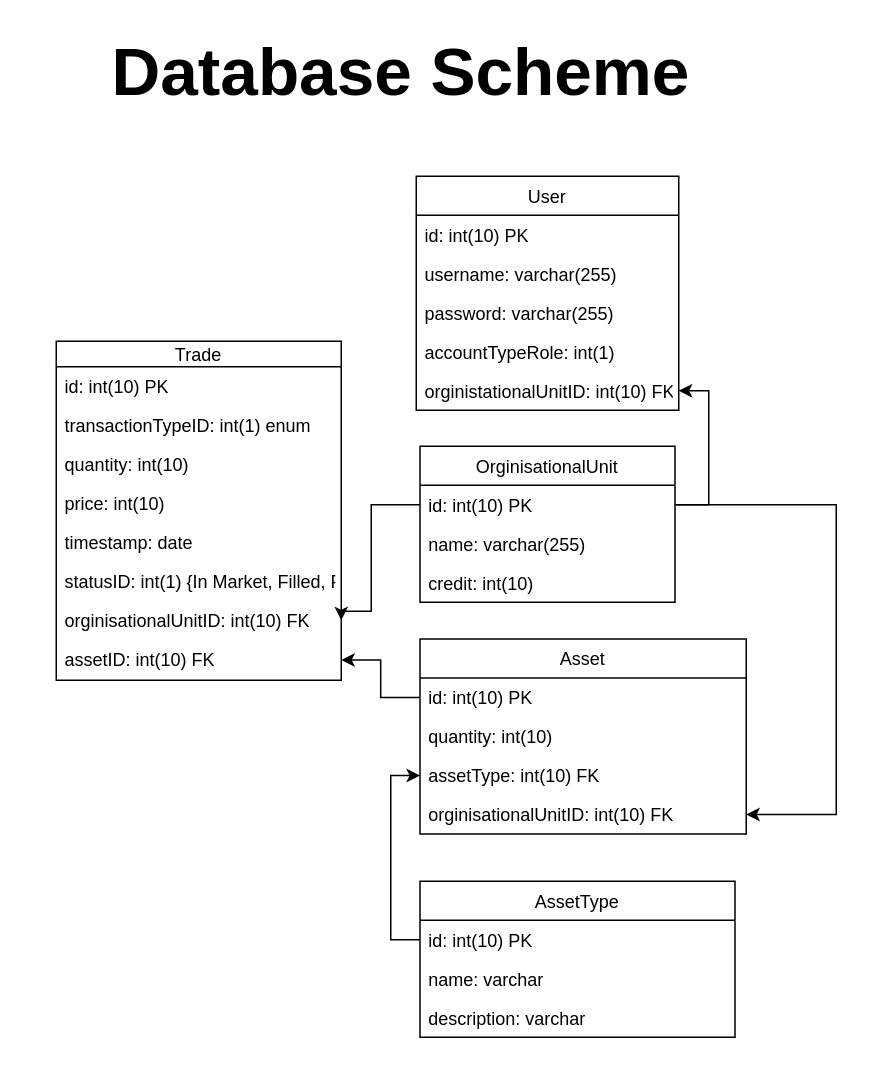
This is Project_Report/Database_Scheme_ORM.drawio from aash35/Assest-Trading-Platform, a draw.io file, before an edit. Source tidied: cells renumbered, new cells numbered last; positions are measured from the earlier drawing's top-left corner, leaving out a move shared by most shapes. Both pictures are drawn from the tidied source at 150%, with x=0, y=0 at pixel (26, 26).
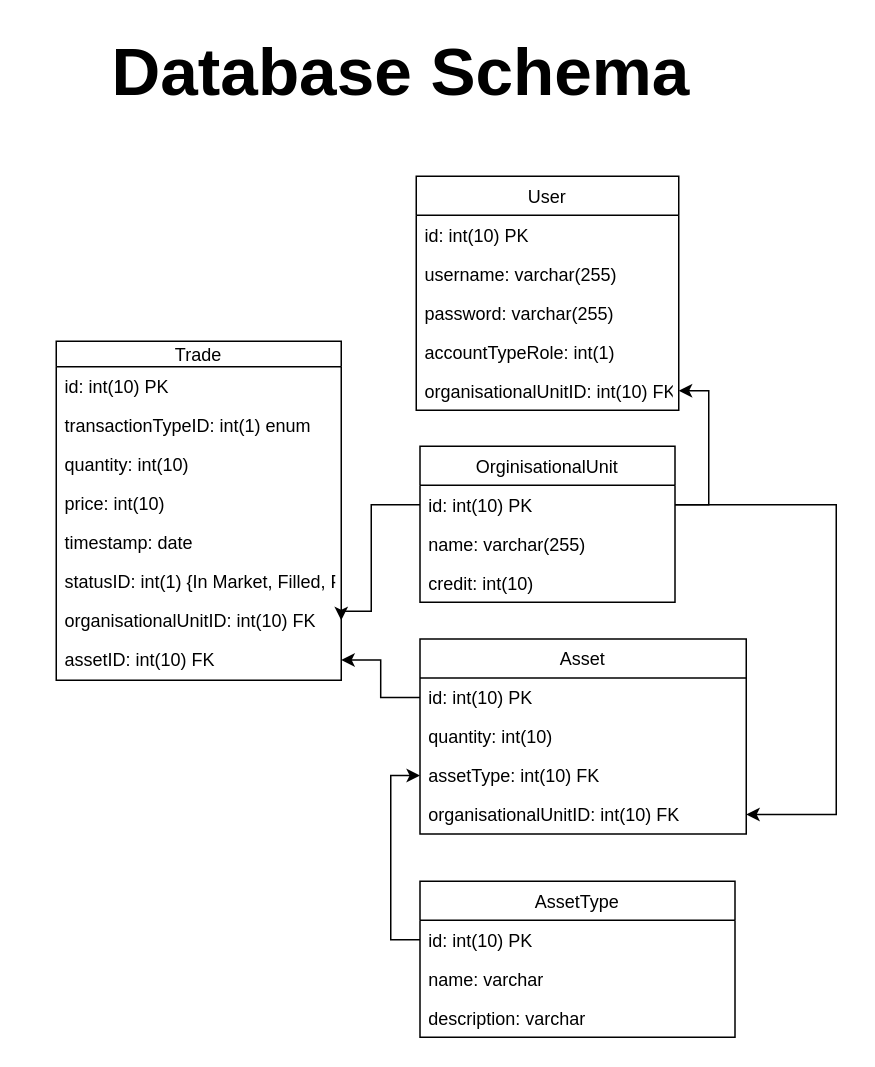
Above is the later version.

Unchanged cells that the change refers to:
```xml
<mxCell id="7" value="User" style="swimlane;fontStyle=0;horizontal=1;startSize=26;fillColor=none;" parent="1" vertex="1">
  <mxGeometry x="260" y="100" width="175" height="156" as="geometry" />
</mxCell>
<mxCell id="13" value="Asset" style="swimlane;fontStyle=0;horizontal=1;startSize=26;fillColor=none;" parent="1" vertex="1">
  <mxGeometry x="262.5" y="408.5" width="217.5" height="130" as="geometry" />
</mxCell>
<mxCell id="25" value="Trade" style="swimlane;fontStyle=0;horizontal=1;startSize=17;fillColor=none;" parent="1" vertex="1">
  <mxGeometry x="20" y="210" width="190" height="226" as="geometry" />
</mxCell>
```

The edit, as a diff of the source:
```diff
@@
-    <mxCell id="2" value="&lt;b&gt;&lt;font style=&quot;font-size: 45px&quot;&gt;Database Scheme&lt;/font&gt;&lt;/b&gt;" style="text;html=1;strokeColor=none;fillColor=none;align=center;verticalAlign=middle;whiteSpace=wrap;rounded=0;" parent="1" vertex="1">
+    <mxCell id="2" value="&lt;b&gt;&lt;font style=&quot;font-size: 45px&quot;&gt;Database Schema&lt;/font&gt;&lt;/b&gt;" style="text;html=1;strokeColor=none;fillColor=none;align=center;verticalAlign=middle;whiteSpace=wrap;rounded=0;" parent="1" vertex="1">
       <mxGeometry width="500" height="60" as="geometry" />
     </mxCell>
@@
-    <mxCell id="12" value="orginistationalUnitID: int(10) FK" style="text;strokeColor=none;fillColor=none;align=left;verticalAlign=top;spacingLeft=4;spacingRight=4;overflow=hidden;points=[[0,0.5],[1,0.5]];portConstraint=eastwest;" parent="7" vertex="1">
+    <mxCell id="12" value="organisationalUnitID: int(10) FK" style="text;strokeColor=none;fillColor=none;align=left;verticalAlign=top;spacingLeft=4;spacingRight=4;overflow=hidden;points=[[0,0.5],[1,0.5]];portConstraint=eastwest;" parent="7" vertex="1">
       <mxGeometry y="130" width="175" height="26" as="geometry" />
     </mxCell>
@@
-    <mxCell id="17" value="orginisationalUnitID: int(10) FK" style="text;strokeColor=none;fillColor=none;align=left;verticalAlign=top;spacingLeft=4;spacingRight=4;overflow=hidden;points=[[0,0.5],[1,0.5]];portConstraint=eastwest;" parent="13" vertex="1">
+    <mxCell id="17" value="organisationalUnitID: int(10) FK" style="text;strokeColor=none;fillColor=none;align=left;verticalAlign=top;spacingLeft=4;spacingRight=4;overflow=hidden;points=[[0,0.5],[1,0.5]];portConstraint=eastwest;" parent="13" vertex="1">
       <mxGeometry y="104" width="217.5" height="26" as="geometry" />
     </mxCell>
@@
-    <mxCell id="32" value="orginisationalUnitID: int(10) FK" style="text;strokeColor=none;fillColor=none;align=left;verticalAlign=top;spacingLeft=4;spacingRight=4;overflow=hidden;points=[[0,0.5],[1,0.5]];portConstraint=eastwest;" parent="25" vertex="1">
+    <mxCell id="32" value="organisationalUnitID: int(10) FK" style="text;strokeColor=none;fillColor=none;align=left;verticalAlign=top;spacingLeft=4;spacingRight=4;overflow=hidden;points=[[0,0.5],[1,0.5]];portConstraint=eastwest;" parent="25" vertex="1">
       <mxGeometry y="173" width="190" height="26" as="geometry" />
     </mxCell>
```
